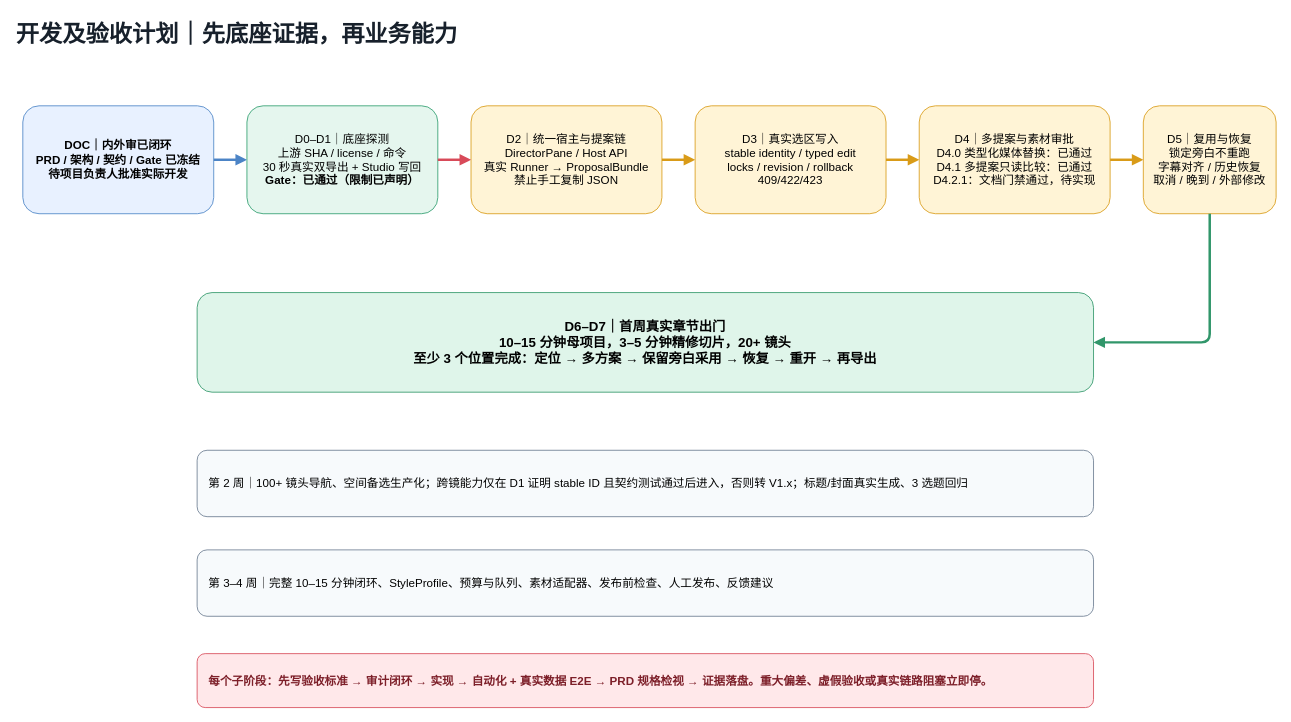
This is page "05_开发计划" (5 of 7) of docs/Narralens-V1-Development-GAP.drawio from ljx418/Narralens, a draw.io file, before an edit. Source tidied: cells renumbered, new cells numbered last; positions are measured from the earlier drawing's top-left corner, leaving out a move shared by most shapes. Both pictures are drawn from the tidied source at 83%, with x=0, y=0 at pixel (14, 14).
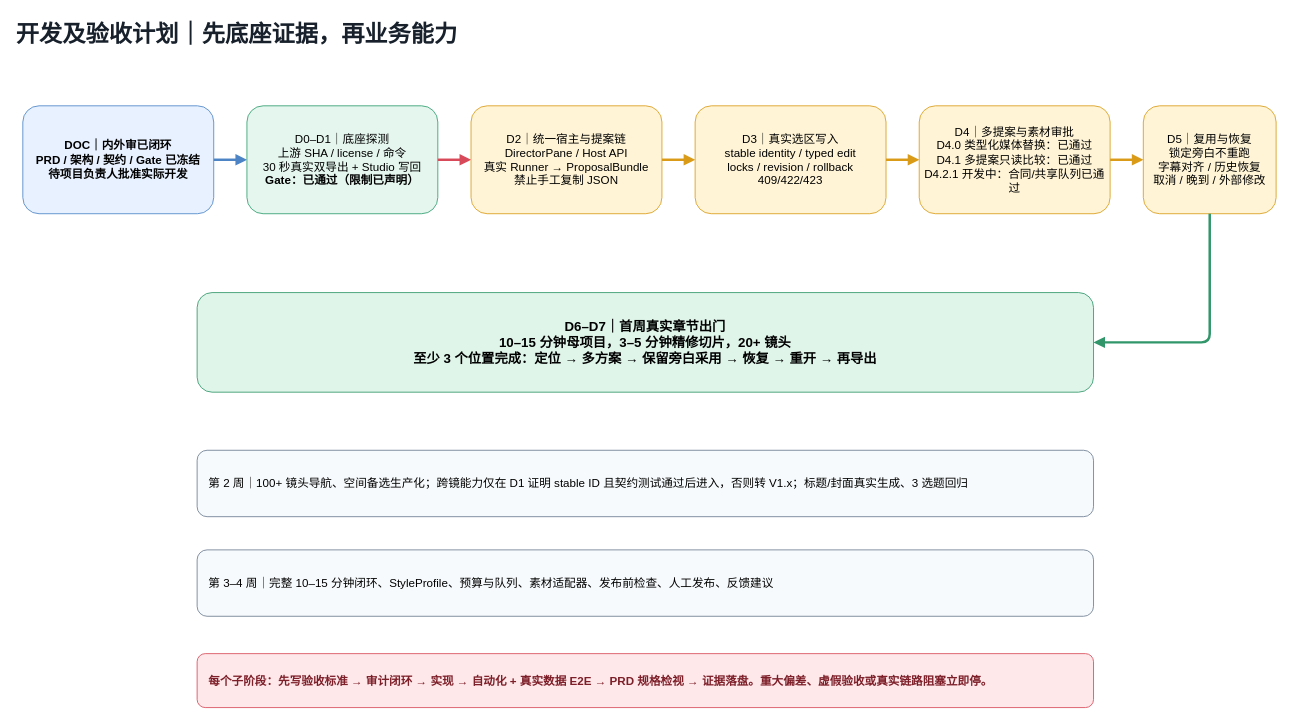
After the change.

What changed in the source:
```diff
@@
 <mxGraphModel>
   <root>
     <mxCell id="0" />
     <mxCell id="1" parent="0" />
     <mxCell id="2" value="开发及验收计划｜先底座证据，再业务能力" style="text;html=1;fontSize=28;fontStyle=1;fontColor=#17202B;" parent="1" vertex="1">
       <mxGeometry width="1000" height="50" as="geometry" />
     </mxCell>
     <mxCell id="3" value="DOC｜内外审已闭环&lt;br&gt;PRD / 架构 / 契约 / Gate 已冻结&lt;br&gt;待项目负责人批准实际开发" style="rounded=1;whiteSpace=wrap;html=1;fillColor=#E8F1FF;strokeColor=#4C84C6;fontSize=14;fontStyle=1;" parent="1" vertex="1">
       <mxGeometry x="10" y="110" width="230" height="130" as="geometry" />
     </mxCell>
     <mxCell id="4" value="D0–D1｜底座探测&lt;br&gt;上游 SHA / license / 命令&lt;br&gt;30 秒真实双导出 + Studio 写回&lt;br&gt;&lt;b&gt;Gate：已通过（限制已声明）&lt;/b&gt;" style="rounded=1;whiteSpace=wrap;html=1;fillColor=#E5F6EE;strokeColor=#2E9D6E;fontSize=14;" parent="1" vertex="1">
       <mxGeometry x="280" y="110" width="230" height="130" as="geometry" />
     </mxCell>
     <mxCell id="5" value="D2｜统一宿主与提案链&lt;br&gt;DirectorPane / Host API&lt;br&gt;真实 Runner → ProposalBundle&lt;br&gt;禁止手工复制 JSON" style="rounded=1;whiteSpace=wrap;html=1;fillColor=#FFF4D6;strokeColor=#D99B18;fontSize=14;" parent="1" vertex="1">
       <mxGeometry x="550" y="110" width="230" height="130" as="geometry" />
     </mxCell>
     <mxCell id="6" value="D3｜真实选区写入&lt;br&gt;stable identity / typed edit&lt;br&gt;locks / revision / rollback&lt;br&gt;409/422/423" style="rounded=1;whiteSpace=wrap;html=1;fillColor=#FFF4D6;strokeColor=#D99B18;fontSize=14;" parent="1" vertex="1">
       <mxGeometry x="820" y="110" width="230" height="130" as="geometry" />
     </mxCell>
-    <mxCell id="7" value="D4｜多提案与素材审批&lt;br&gt;D4.0 类型化媒体替换：已通过&lt;br&gt;D4.1 多提案只读比较：已通过&lt;br&gt;D4.2.1：文档门禁通过，待实现" style="rounded=1;whiteSpace=wrap;html=1;fillColor=#FFF4D6;strokeColor=#D99B18;fontSize=14;" parent="1" vertex="1">
+    <mxCell id="7" value="D4｜多提案与素材审批&lt;br&gt;D4.0 类型化媒体替换：已通过&lt;br&gt;D4.1 多提案只读比较：已通过&lt;br&gt;D4.2.1 开发中：合同/共享队列已通过" style="rounded=1;whiteSpace=wrap;html=1;fillColor=#FFF4D6;strokeColor=#D99B18;fontSize=14;" parent="1" vertex="1">
       <mxGeometry x="1090" y="110" width="230" height="130" as="geometry" />
     </mxCell>
     <mxCell id="8" value="D5｜复用与恢复&lt;br&gt;锁定旁白不重跑&lt;br&gt;字幕对齐 / 历史恢复&lt;br&gt;取消 / 晚到 / 外部修改" style="rounded=1;whiteSpace=wrap;html=1;fillColor=#FFF4D6;strokeColor=#D99B18;fontSize=14;" parent="1" vertex="1">
       <mxGeometry x="1360" y="110" width="160" height="130" as="geometry" />
     </mxCell>
     <mxCell id="9" style="edgeStyle=orthogonalEdgeStyle;html=1;strokeColor=#4C84C6;strokeWidth=3;endArrow=block;" parent="1" edge="1" source="3" target="4">
       <mxGeometry relative="1" as="geometry" />
     </mxCell>
     <mxCell id="10" style="edgeStyle=orthogonalEdgeStyle;html=1;strokeColor=#D84A59;strokeWidth=3;endArrow=block;" parent="1" edge="1" source="4" target="5">
       <mxGeometry relative="1" as="geometry" />
     </mxCell>
     <mxCell id="11" style="edgeStyle=orthogonalEdgeStyle;html=1;strokeColor=#D99B18;strokeWidth=3;endArrow=block;" parent="1" edge="1" source="5" target="6">
       <mxGeometry relative="1" as="geometry" />
     </mxCell>
     <mxCell id="12" style="edgeStyle=orthogonalEdgeStyle;html=1;strokeColor=#D99B18;strokeWidth=3;endArrow=block;" parent="1" edge="1" source="6" target="7">
       <mxGeometry relative="1" as="geometry" />
     </mxCell>
     <mxCell id="13" style="edgeStyle=orthogonalEdgeStyle;html=1;strokeColor=#D99B18;strokeWidth=3;endArrow=block;" parent="1" edge="1" source="7" target="8">
       <mxGeometry relative="1" as="geometry" />
     </mxCell>
     <mxCell id="14" value="D6–D7｜首周真实章节出门&lt;br&gt;10–15 分钟母项目，3–5 分钟精修切片，20+ 镜头&lt;br&gt;至少 3 个位置完成：定位 → 多方案 → 保留旁白采用 → 恢复 → 重开 → 再导出" style="rounded=1;whiteSpace=wrap;html=1;fillColor=#DFF5EA;strokeColor=#31966A;fontSize=16;fontStyle=1;" parent="1" vertex="1">
       <mxGeometry x="220" y="335" width="1080" height="120" as="geometry" />
     </mxCell>
     <mxCell id="15" style="edgeStyle=orthogonalEdgeStyle;html=1;strokeColor=#31966A;strokeWidth=3;endArrow=block;exitX=0.5;exitY=1;entryX=1;entryY=0.5;" parent="1" edge="1" source="8" target="14">
       <mxGeometry relative="1" as="geometry" />
     </mxCell>
     <mxCell id="16" value="第 2 周｜100+ 镜头导航、空间备选生产化；跨镜能力仅在 D1 证明 stable ID 且契约测试通过后进入，否则转 V1.x；标题/封面真实生成、3 选题回归" style="rounded=1;whiteSpace=wrap;html=1;fillColor=#F7FAFC;strokeColor=#6B7C90;fontSize=14;align=left;spacing=14;" parent="1" vertex="1">
       <mxGeometry x="220" y="525" width="1080" height="80" as="geometry" />
     </mxCell>
     <mxCell id="17" value="第 3–4 周｜完整 10–15 分钟闭环、StyleProfile、预算与队列、素材适配器、发布前检查、人工发布、反馈建议" style="rounded=1;whiteSpace=wrap;html=1;fillColor=#F7FAFC;strokeColor=#6B7C90;fontSize=14;align=left;spacing=14;" parent="1" vertex="1">
       <mxGeometry x="220" y="645" width="1080" height="80" as="geometry" />
     </mxCell>
     <mxCell id="18" value="每个子阶段：先写验收标准 → 审计闭环 → 实现 → 自动化 + 真实数据 E2E → PRD 规格检视 → 证据落盘。重大偏差、虚假验收或真实链路阻塞立即停。" style="rounded=1;whiteSpace=wrap;html=1;fillColor=#FFE8EA;strokeColor=#D84A59;fontColor=#7D1F29;fontSize=14;fontStyle=1;align=left;spacing=14;" parent="1" vertex="1">
       <mxGeometry x="220" y="770" width="1080" height="65" as="geometry" />
     </mxCell>
   </root>
 </mxGraphModel>
```
